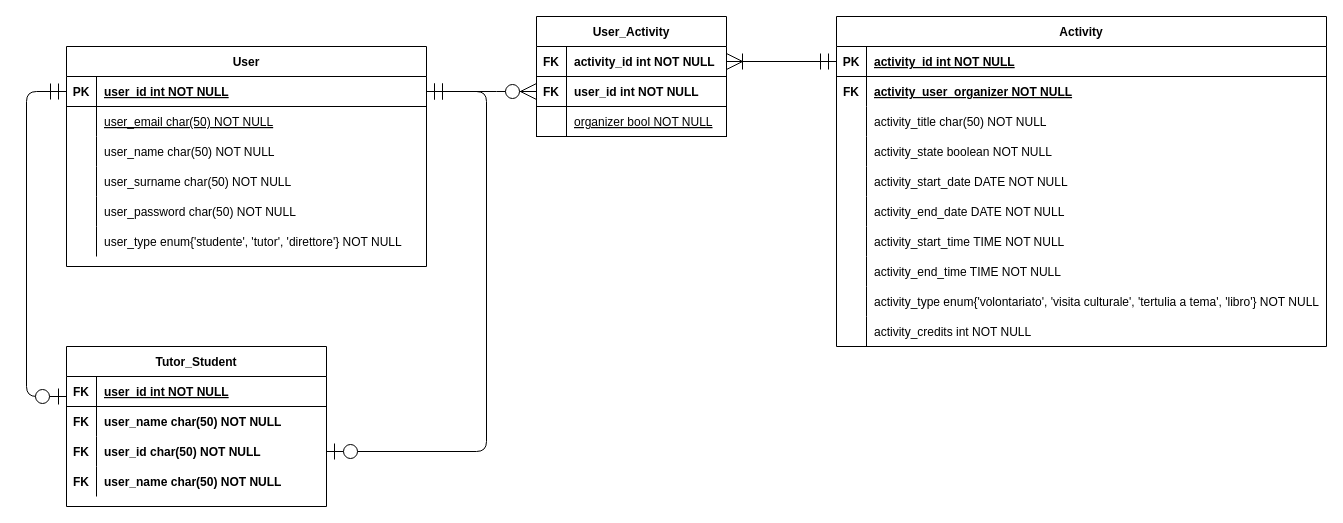
The draw.io diagram ER_DB_Diagram.drawio in Vincenzo-Maria-Caladra/Prova-Finale-Ingegneria-del-Software, before the edit. Source tidied: cells renumbered, new cells numbered last; positions are measured from the earlier drawing's top-left corner, leaving out a move shared by most shapes. Both pictures are drawn from the tidied source at 100%, with x=0, y=0 at pixel (26, 16).
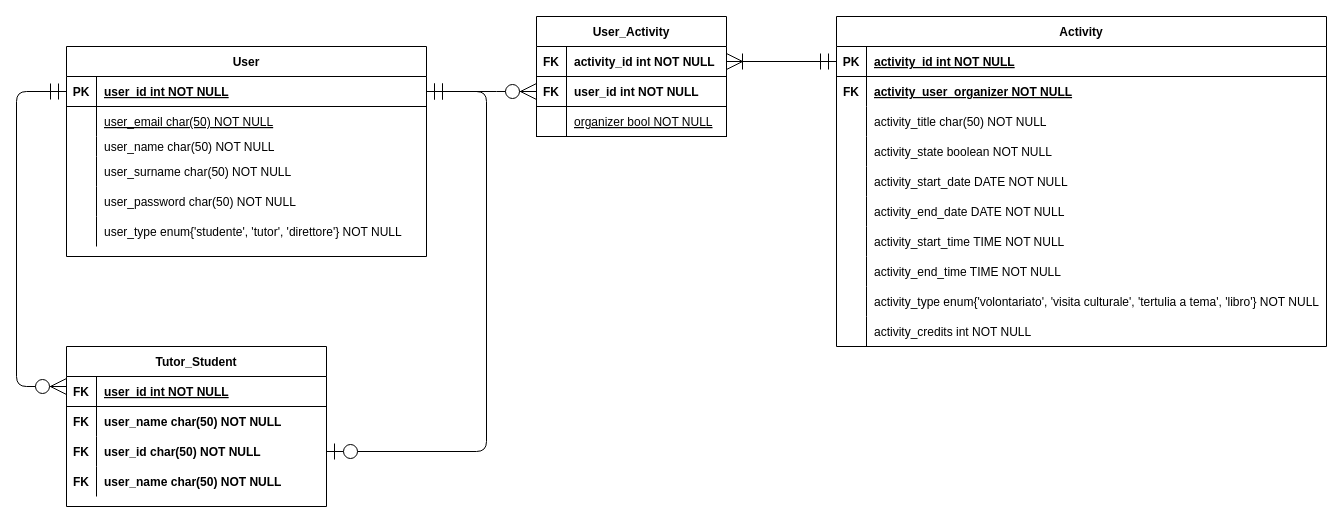
Above is the later version.

Unchanged cells that the change refers to:
```xml
<mxCell id="47" style="shape=partialRectangle;fillColor=none;points=[[0,0.5],[1,0.5]];portConstraint=eastwest;top=0;left=0;right=0;bottom=1;" parent="46" vertex="1">
  <mxGeometry y="30" width="360" height="30" as="geometry" />
</mxCell>
```

What changed in the source:
```diff
@@
     <mxCell id="46" value="User" style="shape=table;startSize=30;childLayout=tableLayout;rowLines=0;fontStyle=1;align=center;" parent="1" vertex="1">
-      <mxGeometry x="40" y="30" width="360" height="220" as="geometry" />
+      <mxGeometry x="40" y="30" width="360" height="210" as="geometry" />
     </mxCell>
@@
     <mxCell id="53" style="shape=partialRectangle;fillColor=none;top=0;left=0;right=0;bottom=0;" parent="46" vertex="1">
-      <mxGeometry y="90" width="360" height="30" as="geometry" />
+      <mxGeometry y="90" width="360" height="20" as="geometry" />
     </mxCell>
     <mxCell id="54" style="shape=partialRectangle;overflow=hidden;fillColor=none;top=0;left=0;bottom=0;right=0;" parent="53" vertex="1">
-      <mxGeometry width="30" height="30" as="geometry" />
+      <mxGeometry width="30" height="20" as="geometry" />
     </mxCell>
     <mxCell id="55" value="user_name char(50) NOT NULL" style="shape=partialRectangle;overflow=hidden;fillColor=none;top=0;left=0;bottom=0;right=0;align=left;spacingLeft=6;" parent="53" vertex="1">
-      <mxGeometry x="30" width="330" height="30" as="geometry" />
+      <mxGeometry x="30" width="330" height="20" as="geometry" />
     </mxCell>
     <mxCell id="56" style="shape=partialRectangle;fillColor=none;top=0;left=0;right=0;bottom=0;" parent="46" vertex="1">
-      <mxGeometry y="120" width="360" height="30" as="geometry" />
+      <mxGeometry y="110" width="360" height="30" as="geometry" />
     </mxCell>
@@
     <mxCell id="59" style="shape=partialRectangle;fillColor=none;top=0;left=0;right=0;bottom=0;" parent="46" vertex="1">
-      <mxGeometry y="150" width="360" height="30" as="geometry" />
+      <mxGeometry y="140" width="360" height="30" as="geometry" />
     </mxCell>
@@
     <mxCell id="62" style="shape=partialRectangle;fillColor=none;top=0;left=0;right=0;bottom=0;" parent="46" vertex="1">
-      <mxGeometry y="180" width="360" height="30" as="geometry" />
+      <mxGeometry y="170" width="360" height="30" as="geometry" />
     </mxCell>
@@
-    <mxCell id="75" style="edgeStyle=elbowEdgeStyle;fontSize=12;html=1;endArrow=ERzeroToOne;startArrow=ERmandOne;startSize=14;endSize=14;sourcePerimeterSpacing=8;targetPerimeterSpacing=8;exitX=0;exitY=0.5;exitDx=0;exitDy=0;" parent="1" edge="1" source="47">
-      <mxGeometry relative="1" as="geometry">
-        <mxPoint x="40" y="380" as="targetPoint" />
-        <Array as="points">
-          <mxPoint y="230" />
-        </Array>
-      </mxGeometry>
-    </mxCell>
@@
+    <mxCell id="79" style="edgeStyle=elbowEdgeStyle;fontSize=12;html=1;endArrow=ERzeroToMany;startArrow=ERmandOne;startSize=14;endSize=14;sourcePerimeterSpacing=8;targetPerimeterSpacing=8;exitX=0;exitY=0.5;exitDx=0;exitDy=0;" parent="1" edge="1" source="47">
+      <mxGeometry relative="1" as="geometry">
+        <mxPoint x="40" y="370" as="targetPoint" />
+        <Array as="points">
+          <mxPoint x="-10" y="230" />
+          <mxPoint y="228" />
+        </Array>
+      </mxGeometry>
+    </mxCell>
```
